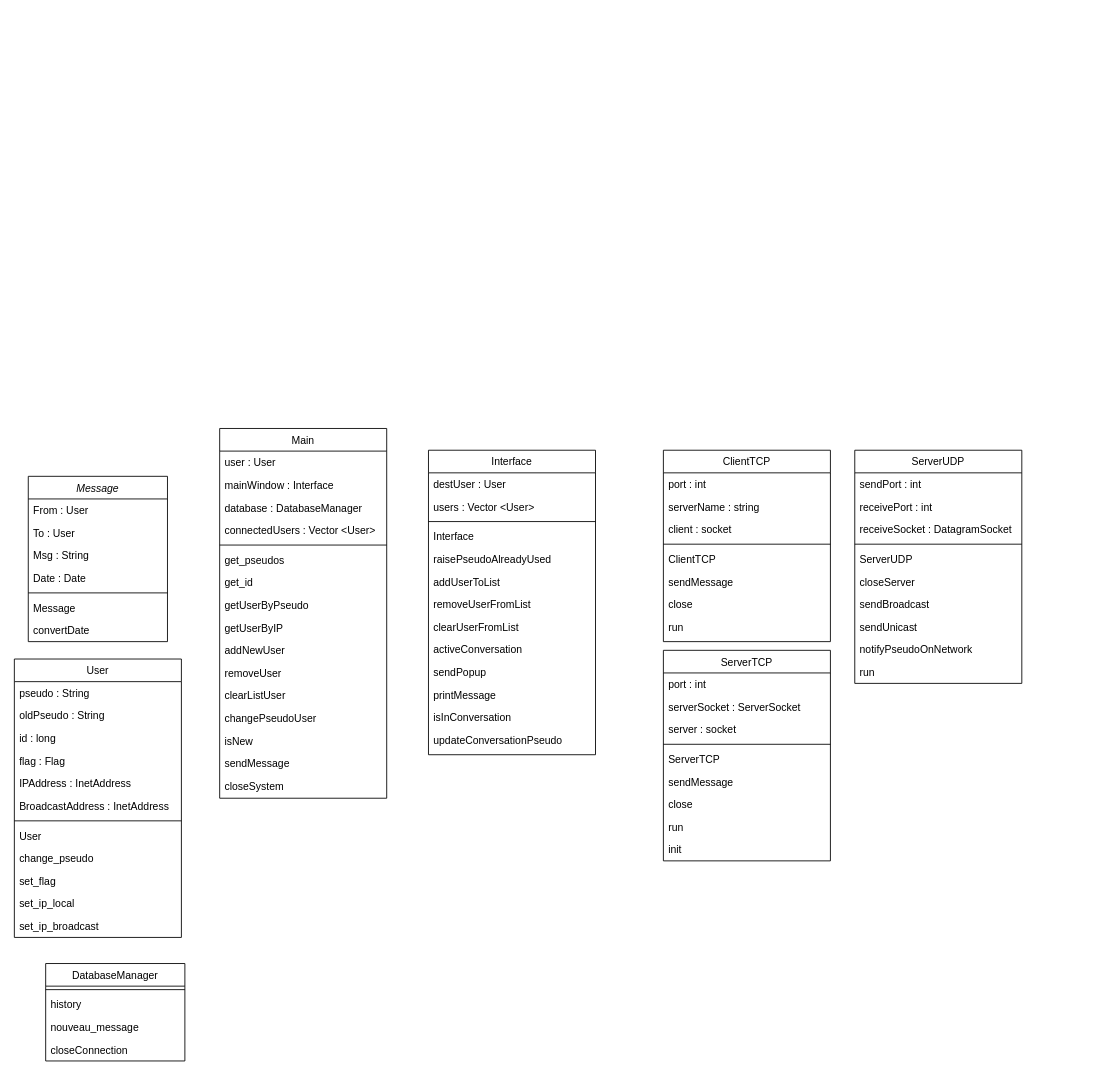
The draw.io diagram ressources/Design UML/Untitled Diagram.drawio in martemr/Project_chat_system, before the edit. Source tidied: cells renumbered, new cells numbered last; positions are measured from the earlier drawing's top-left corner, leaving out a move shared by most shapes. Both pictures are drawn from the tidied source at 87%, with x=0, y=0 at pixel (14, 428).
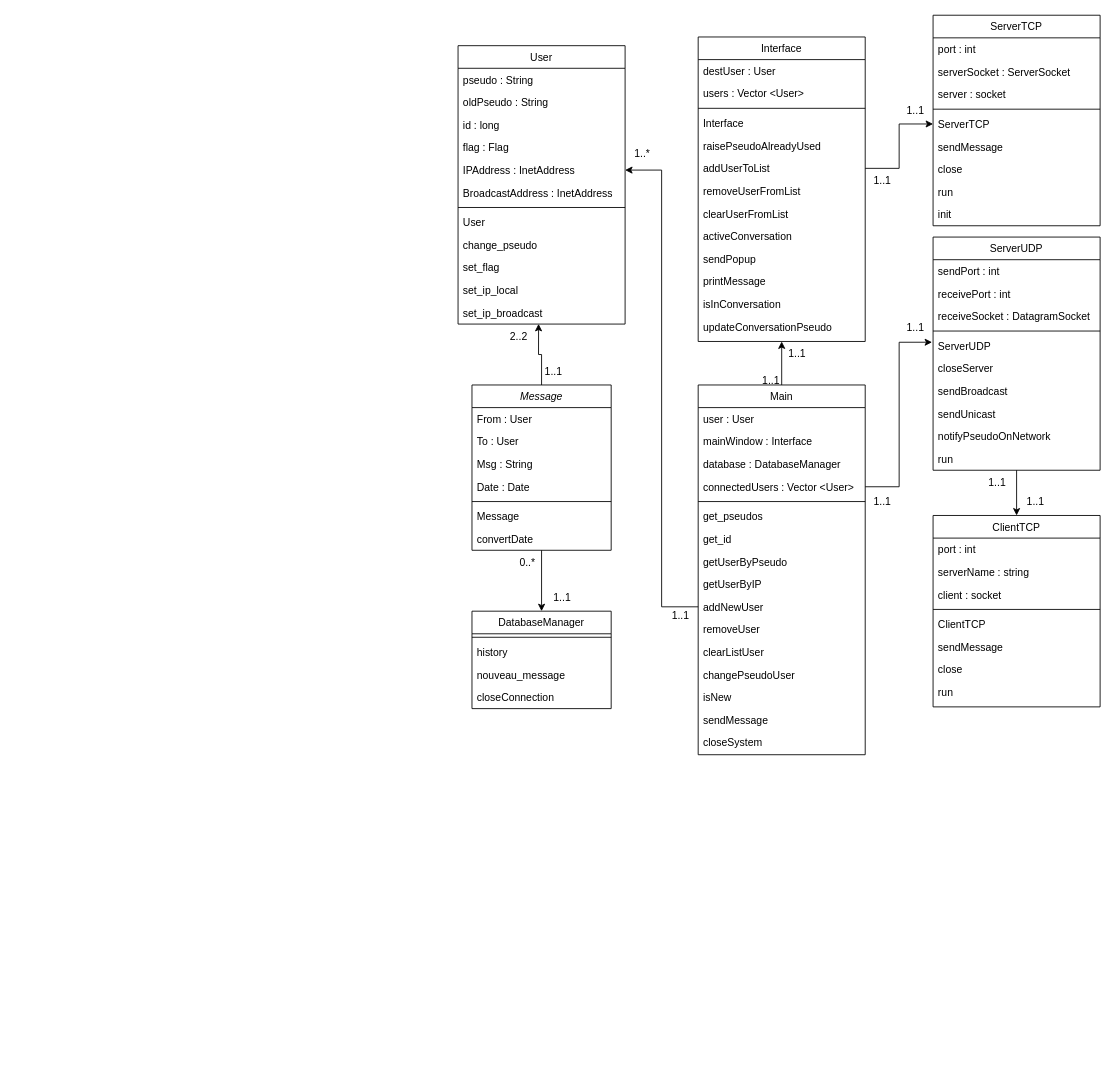
After the change.

The change refers to these unchanged cells:
```xml
<mxCell id="20" value="IPAddress : InetAddress" style="text;align=left;verticalAlign=top;spacingLeft=4;spacingRight=4;overflow=hidden;points=[[0,0.5],[1,0.5]];portConstraint=eastwest;rounded=0;shadow=0;html=0;" parent="15" vertex="1">
  <mxGeometry y="130" width="192" height="26" as="geometry" />
</mxCell>
<mxCell id="27" value="set_ip_broadcast" style="text;align=left;verticalAlign=top;spacingLeft=4;spacingRight=4;overflow=hidden;points=[[0,0.5],[1,0.5]];portConstraint=eastwest;" parent="15" vertex="1">
  <mxGeometry y="294" width="192" height="26" as="geometry" />
</mxCell>
<mxCell id="34" value="addUserToList" style="text;align=left;verticalAlign=top;spacingLeft=4;spacingRight=4;overflow=hidden;points=[[0,0.5],[1,0.5]];portConstraint=eastwest;" parent="28" vertex="1">
  <mxGeometry y="138" width="192" height="26" as="geometry" />
</mxCell>
<mxCell id="56" value="ServerTCP" style="text;align=left;verticalAlign=top;spacingLeft=4;spacingRight=4;overflow=hidden;points=[[0,0.5],[1,0.5]];portConstraint=eastwest;" parent="51" vertex="1">
  <mxGeometry y="112" width="192" height="26" as="geometry" />
</mxCell>
<mxCell id="66" value="ServerUDP" style="text;align=left;verticalAlign=top;spacingLeft=4;spacingRight=4;overflow=hidden;points=[[0,0.5],[1,0.5]];portConstraint=eastwest;" parent="61" vertex="1">
  <mxGeometry y="112" width="192" height="26" as="geometry" />
</mxCell>
<mxCell id="76" value="connectedUsers : Vector &lt;User&gt;" style="text;align=left;verticalAlign=top;spacingLeft=4;spacingRight=4;overflow=hidden;points=[[0,0.5],[1,0.5]];portConstraint=eastwest;rounded=0;shadow=0;html=0;" parent="72" vertex="1">
  <mxGeometry y="104" width="192" height="26" as="geometry" />
</mxCell>
<mxCell id="82" value="addNewUser" style="text;align=left;verticalAlign=top;spacingLeft=4;spacingRight=4;overflow=hidden;points=[[0,0.5],[1,0.5]];portConstraint=eastwest;" parent="72" vertex="1">
  <mxGeometry y="242" width="192" height="26" as="geometry" />
</mxCell>
```

Diff of the diagram source:
```diff
@@
+    <mxCell id="89" style="edgeStyle=orthogonalEdgeStyle;rounded=0;jettySize=auto;html=1;entryX=0.5;entryY=0;entryDx=0;entryDy=0;" parent="1" edge="1" source="2" target="10">
+      <mxGeometry relative="1" as="geometry" />
+    </mxCell>
+    <mxCell id="90" style="edgeStyle=orthogonalEdgeStyle;rounded=0;jettySize=auto;html=1;entryX=0.482;entryY=0.992;entryDx=0;entryDy=0;entryPerimeter=0;" parent="1" edge="1" source="2" target="27">
+      <mxGeometry relative="1" as="geometry" />
+    </mxCell>
     <mxCell id="2" value="Message" style="swimlane;fontStyle=2;align=center;verticalAlign=top;horizontal=1;startSize=26;rounded=0;shadow=0;strokeWidth=1;" parent="1" vertex="1">
-      <mxGeometry x="16" y="55" width="160" height="190" as="geometry" />
+      <mxGeometry x="526" y="-50" width="160" height="190" as="geometry" />
     </mxCell>
@@
     <mxCell id="10" value="DatabaseManager" style="swimlane;fontStyle=0;align=center;verticalAlign=top;horizontal=1;startSize=26;rounded=0;shadow=0;strokeWidth=1;" parent="1" vertex="1">
-      <mxGeometry x="36" y="615" width="160" height="112" as="geometry" />
+      <mxGeometry x="526" y="210" width="160" height="112" as="geometry" />
     </mxCell>
@@
     <mxCell id="15" value="User" style="swimlane;fontStyle=0;align=center;verticalAlign=top;horizontal=1;startSize=26;rounded=0;shadow=0;strokeWidth=1;" parent="1" vertex="1">
-      <mxGeometry y="265" width="192" height="320" as="geometry" />
+      <mxGeometry x="510" y="-440" width="192" height="320" as="geometry" />
     </mxCell>
@@
     <mxCell id="28" value="Interface" style="swimlane;fontStyle=0;align=center;verticalAlign=top;horizontal=1;startSize=26;rounded=0;shadow=0;strokeWidth=1;" parent="1" vertex="1">
-      <mxGeometry x="476" y="25" width="192" height="350" as="geometry" />
+      <mxGeometry x="786" y="-450" width="192" height="350" as="geometry" />
     </mxCell>
@@
     <mxCell id="42" value="ClientTCP" style="swimlane;fontStyle=0;align=center;verticalAlign=top;horizontal=1;startSize=26;rounded=0;shadow=0;strokeWidth=1;" parent="1" vertex="1">
-      <mxGeometry x="746" y="25" width="192" height="220" as="geometry" />
+      <mxGeometry x="1056" y="100" width="192" height="220" as="geometry" />
     </mxCell>
@@
     <mxCell id="51" value="ServerTCP" style="swimlane;fontStyle=0;align=center;verticalAlign=top;horizontal=1;startSize=26;rounded=0;shadow=0;strokeWidth=1;" parent="1" vertex="1">
-      <mxGeometry x="746" y="255" width="192" height="242" as="geometry" />
+      <mxGeometry x="1056" y="-475" width="192" height="242" as="geometry" />
     </mxCell>
@@
+    <mxCell id="91" style="edgeStyle=orthogonalEdgeStyle;rounded=0;jettySize=auto;html=1;entryX=0.5;entryY=0;entryDx=0;entryDy=0;" parent="1" edge="1" source="61" target="42">
+      <mxGeometry relative="1" as="geometry" />
+    </mxCell>
     <mxCell id="61" value="ServerUDP" style="swimlane;fontStyle=0;align=center;verticalAlign=top;horizontal=1;startSize=26;rounded=0;shadow=0;strokeWidth=1;" parent="1" vertex="1">
-      <mxGeometry x="966" y="25" width="192" height="268" as="geometry" />
+      <mxGeometry x="1056" y="-220" width="192" height="268" as="geometry" />
     </mxCell>
@@
+    <mxCell id="92" style="edgeStyle=orthogonalEdgeStyle;rounded=0;jettySize=auto;html=1;entryX=0.5;entryY=1;entryDx=0;entryDy=0;" parent="1" edge="1" source="72" target="28">
+      <mxGeometry relative="1" as="geometry" />
+    </mxCell>
     <mxCell id="72" value="Main" style="swimlane;fontStyle=0;align=center;verticalAlign=top;horizontal=1;startSize=26;rounded=0;shadow=0;strokeWidth=1;" parent="1" vertex="1">
-      <mxGeometry x="236" width="192" height="425" as="geometry" />
+      <mxGeometry x="786" y="-50" width="192" height="425" as="geometry" />
     </mxCell>
@@
+    <mxCell id="93" value="1..1" style="text;html=1;strokeColor=none;fillColor=none;align=center;verticalAlign=middle;whiteSpace=wrap;rounded=0;" parent="1" vertex="1">
+      <mxGeometry x="880" y="-101" width="40" height="30" as="geometry" />
+    </mxCell>
+    <mxCell id="94" value="1..1" style="text;html=1;strokeColor=none;fillColor=none;align=center;verticalAlign=middle;whiteSpace=wrap;rounded=0;" parent="1" vertex="1">
+      <mxGeometry x="850" y="-70" width="40" height="30" as="geometry" />
+    </mxCell>
+    <mxCell id="95" style="edgeStyle=orthogonalEdgeStyle;rounded=0;jettySize=auto;html=1;entryX=-0.006;entryY=0.341;entryDx=0;entryDy=0;entryPerimeter=0;" parent="1" edge="1" source="76" target="66">
+      <mxGeometry relative="1" as="geometry" />
+    </mxCell>
+    <mxCell id="96" value="1..1" style="text;html=1;strokeColor=none;fillColor=none;align=center;verticalAlign=middle;whiteSpace=wrap;rounded=0;" parent="1" vertex="1">
+      <mxGeometry x="1110" y="48" width="40" height="30" as="geometry" />
+    </mxCell>
+    <mxCell id="97" value="1..1" style="text;html=1;strokeColor=none;fillColor=none;align=center;verticalAlign=middle;whiteSpace=wrap;rounded=0;" parent="1" vertex="1">
+      <mxGeometry x="1016" y="-130" width="40" height="30" as="geometry" />
+    </mxCell>
+    <mxCell id="98" style="edgeStyle=orthogonalEdgeStyle;rounded=0;jettySize=auto;html=1;entryX=0;entryY=0.5;entryDx=0;entryDy=0;" parent="1" edge="1" source="34" target="56">
+      <mxGeometry relative="1" as="geometry" />
+    </mxCell>
+    <mxCell id="99" value="1..1" style="text;html=1;strokeColor=none;fillColor=none;align=center;verticalAlign=middle;whiteSpace=wrap;rounded=0;" parent="1" vertex="1">
+      <mxGeometry x="978" y="-300" width="40" height="30" as="geometry" />
+    </mxCell>
+    <mxCell id="100" value="1..1" style="text;html=1;strokeColor=none;fillColor=none;align=center;verticalAlign=middle;whiteSpace=wrap;rounded=0;" parent="1" vertex="1">
+      <mxGeometry x="1016" y="-380" width="40" height="30" as="geometry" />
+    </mxCell>
+    <mxCell id="101" value="1..1" style="text;html=1;strokeColor=none;fillColor=none;align=center;verticalAlign=middle;whiteSpace=wrap;rounded=0;" parent="1" vertex="1">
+      <mxGeometry x="1154" y="70" width="40" height="30" as="geometry" />
+    </mxCell>
+    <mxCell id="102" value="1..1" style="text;html=1;strokeColor=none;fillColor=none;align=center;verticalAlign=middle;whiteSpace=wrap;rounded=0;" parent="1" vertex="1">
+      <mxGeometry x="746" y="200" width="40" height="30" as="geometry" />
+    </mxCell>
+    <mxCell id="103" style="edgeStyle=orthogonalEdgeStyle;rounded=0;jettySize=auto;html=1;" parent="1" edge="1" source="82" target="20">
+      <mxGeometry relative="1" as="geometry" />
+    </mxCell>
+    <mxCell id="104" value="0..*" style="text;html=1;strokeColor=none;fillColor=none;align=center;verticalAlign=middle;whiteSpace=wrap;rounded=0;" parent="1" vertex="1">
+      <mxGeometry x="570" y="140" width="40" height="30" as="geometry" />
+    </mxCell>
+    <mxCell id="105" value="1..1" style="text;html=1;strokeColor=none;fillColor=none;align=center;verticalAlign=middle;whiteSpace=wrap;rounded=0;" parent="1" vertex="1">
+      <mxGeometry x="600" y="-80" width="40" height="30" as="geometry" />
+    </mxCell>
+    <mxCell id="106" value="2..2" style="text;html=1;strokeColor=none;fillColor=none;align=center;verticalAlign=middle;whiteSpace=wrap;rounded=0;" parent="1" vertex="1">
+      <mxGeometry x="560" y="-120" width="40" height="30" as="geometry" />
+    </mxCell>
+    <mxCell id="107" value="1..*" style="text;html=1;strokeColor=none;fillColor=none;align=center;verticalAlign=middle;whiteSpace=wrap;rounded=0;" parent="1" vertex="1">
+      <mxGeometry x="702" y="-330" width="40" height="30" as="geometry" />
+    </mxCell>
+    <mxCell id="108" value="1..1" style="text;html=1;strokeColor=none;fillColor=none;align=center;verticalAlign=middle;whiteSpace=wrap;rounded=0;" parent="1" vertex="1">
+      <mxGeometry x="978" y="70" width="40" height="30" as="geometry" />
+    </mxCell>
+    <mxCell id="109" value="1..1" style="text;html=1;strokeColor=none;fillColor=none;align=center;verticalAlign=middle;whiteSpace=wrap;rounded=0;" parent="1" vertex="1">
+      <mxGeometry x="610" y="180" width="40" height="30" as="geometry" />
+    </mxCell>
```
